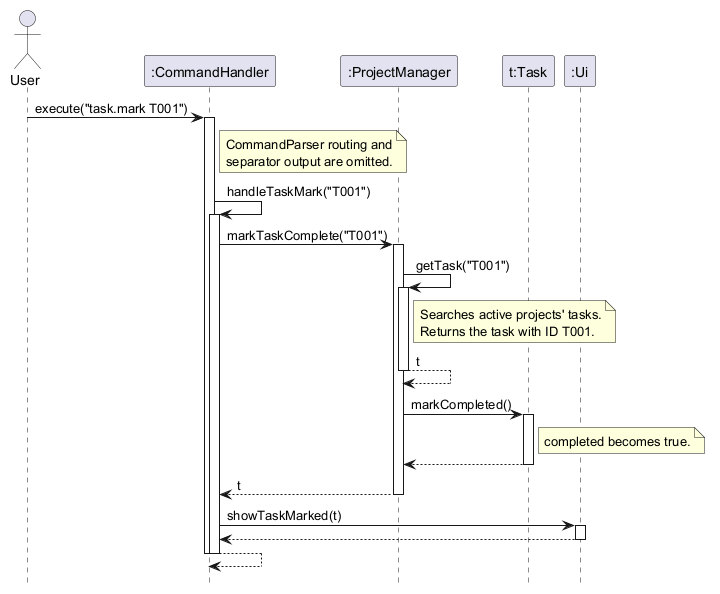
Above: docs/images/TaskCompletionSequenceDiagram.png in AY2627S1-CS2113-T10-3/tp (PlantUML), before the change. The source it was exported from:
```plantuml
@startuml
hide footbox

actor User
participant ":CommandHandler" as CH
participant ":ProjectManager" as PM
participant "t:Task" as T
participant ":Ui" as UI

User -> CH : execute("task.mark T001")
activate CH
note right of CH : CommandParser routing and\nseparator output are omitted.
CH -> CH : handleTaskMark("T001")
activate CH
CH -> PM : markTaskComplete("T001")
activate PM
PM -> PM : getTask("T001")
activate PM
note right of PM : Searches active projects' tasks.\nReturns the task with ID T001.
PM --> PM : t
deactivate PM
PM -> T : markCompleted()
activate T
note right of T : completed becomes true.
T --> PM
deactivate T
PM --> CH : t
deactivate PM
CH -> UI : showTaskMarked(t)
activate UI
UI --> CH
deactivate UI
CH --> CH
deactivate CH
deactivate CH

@enduml
```
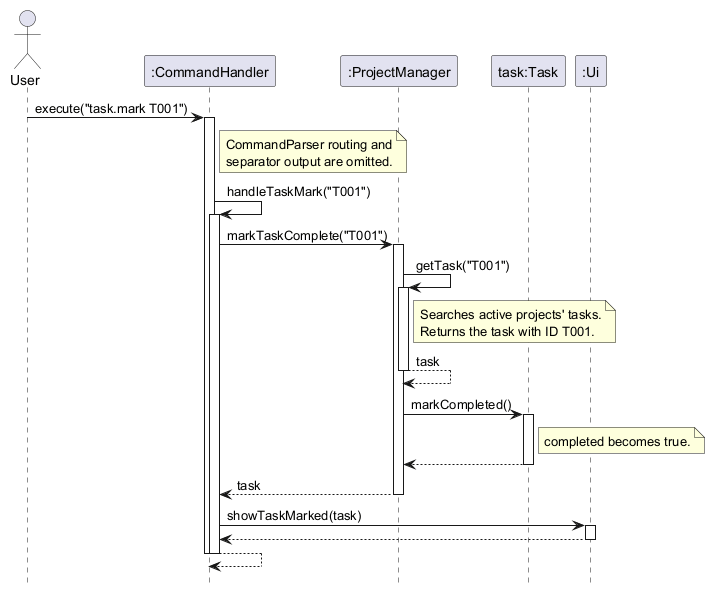
After the commit.

Commit message:
docs: clarify task names and multiplicities in UML diagrams

Change to the diagram source:
```diff
@@ -4,7 +4,7 @@
 actor User
 participant ":CommandHandler" as CH
 participant ":ProjectManager" as PM
-participant "t:Task" as T
+participant "task:Task" as T
 participant ":Ui" as UI
 
 User -> CH : execute("task.mark T001")
@@ -17,16 +17,16 @@
 PM -> PM : getTask("T001")
 activate PM
 note right of PM : Searches active projects' tasks.\nReturns the task with ID T001.
-PM --> PM : t
+PM --> PM : task
 deactivate PM
 PM -> T : markCompleted()
 activate T
 note right of T : completed becomes true.
 T --> PM
 deactivate T
-PM --> CH : t
+PM --> CH : task
 deactivate PM
-CH -> UI : showTaskMarked(t)
+CH -> UI : showTaskMarked(task)
 activate UI
 UI --> CH
 deactivate UI
```
